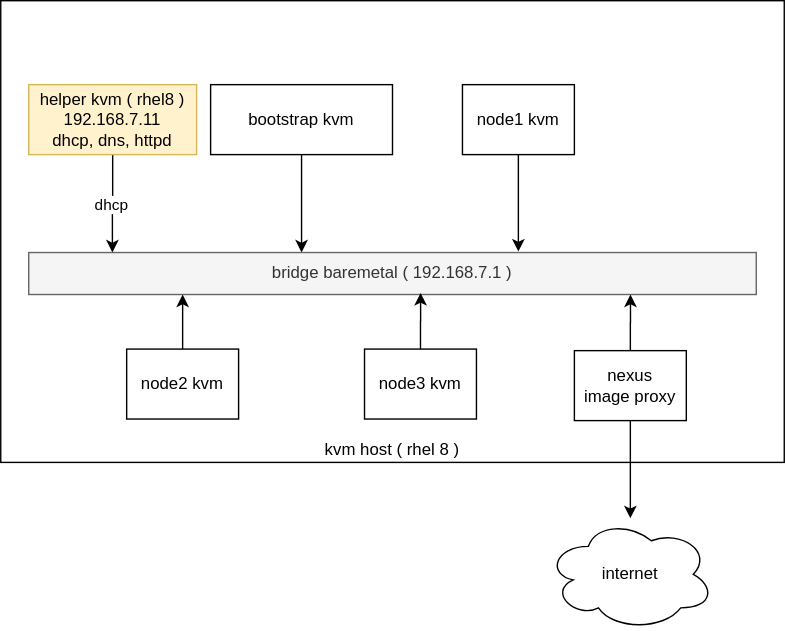
The draw.io diagram redhat/ocp4/4.6/dia/4.6.bm.upi.3node.drawio.svg in wangzheng422/docker_env, before a commit. Source tidied: cells renumbered, new cells last; positions are measured from the earlier drawing's top-left corner, leaving out a move shared by most shapes.
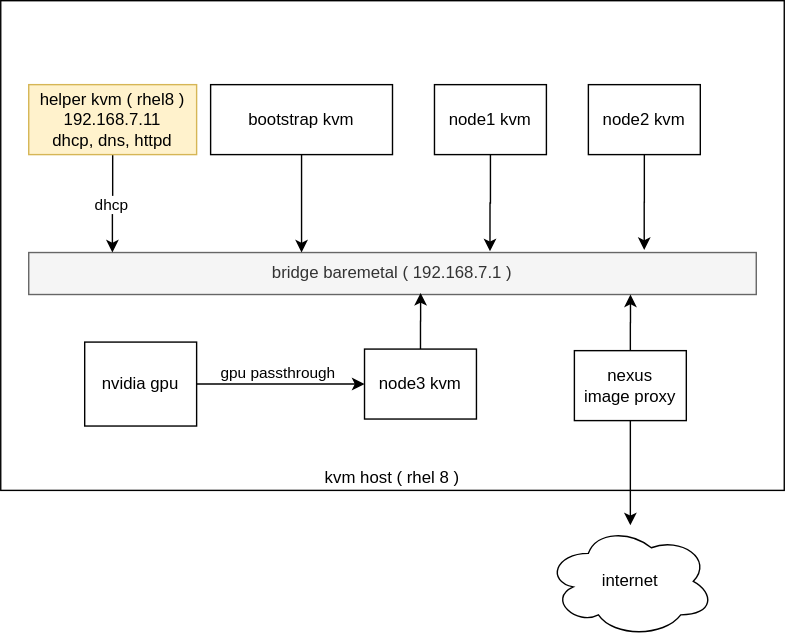
After the change.

Commit message:
edge gpu

What changed in the source:
```diff
@@ -3,8 +3,19 @@
     <mxCell id="0" />
     <mxCell id="1" value="Untitled Layer" parent="0" />
     <mxCell id="2" value="kvm host ( rhel 8 )" style="rounded=0;whiteSpace=wrap;html=1;verticalAlign=bottom;" parent="1" vertex="1">
-      <mxGeometry width="560" height="330" as="geometry" />
+      <mxGeometry width="560" height="350" as="geometry" />
     </mxCell>
+    <mxCell id="20" style="edgeStyle=orthogonalEdgeStyle;rounded=0;jettySize=auto;html=1;entryX=0;entryY=0.5;entryDx=0;entryDy=0;" parent="1" edge="1" source="22" target="15">
+      <mxGeometry relative="1" as="geometry" />
+    </mxCell>
+    <mxCell id="21" value="gpu passthrough" style="edgeLabel;html=1;align=center;verticalAlign=middle;" parent="20" vertex="1">
+      <mxGeometry x="-0.06" y="2" relative="1" as="geometry">
+        <mxPoint y="-7" as="offset" />
+      </mxGeometry>
+    </mxCell>
+    <mxCell id="22" value="nvidia gpu" style="rounded=0;whiteSpace=wrap;html=1;" parent="1" vertex="1">
+      <mxGeometry x="60" y="244" width="80" height="60" as="geometry" />
+    </mxCell>
     <mxCell id="3" parent="0" />
     <mxCell id="4" value="bridge baremetal ( 192.168.7.1 )" style="rounded=0;whiteSpace=wrap;html=1;fillColor=#f5f5f5;strokeColor=#666666;fontColor=#333333;" parent="3" vertex="1">
       <mxGeometry x="20" y="180" width="520" height="30" as="geometry" />
@@ -26,19 +37,17 @@
     <mxCell id="9" value="bootstrap kvm" style="rounded=0;whiteSpace=wrap;html=1;" parent="3" vertex="1">
       <mxGeometry x="150" y="60" width="130" height="50" as="geometry" />
     </mxCell>
-    <mxCell id="10" style="edgeStyle=orthogonalEdgeStyle;rounded=0;jettySize=auto;html=1;entryX=0.673;entryY=-0.022;entryDx=0;entryDy=0;entryPerimeter=0;" parent="3" edge="1" source="11" target="4">
+    <mxCell id="10" style="edgeStyle=orthogonalEdgeStyle;rounded=0;jettySize=auto;html=1;entryX=0.634;entryY=-0.028;entryDx=0;entryDy=0;entryPerimeter=0;" parent="3" edge="1" source="11" target="4">
       <mxGeometry relative="1" as="geometry" />
     </mxCell>
     <mxCell id="11" value="node1 kvm" style="rounded=0;whiteSpace=wrap;html=1;" parent="3" vertex="1">
-      <mxGeometry x="330" y="60" width="80" height="50" as="geometry" />
+      <mxGeometry x="310" y="60" width="80" height="50" as="geometry" />
     </mxCell>
-    <mxCell id="12" style="edgeStyle=orthogonalEdgeStyle;rounded=0;jettySize=auto;html=1;" parent="3" edge="1" source="13">
-      <mxGeometry relative="1" as="geometry">
-        <mxPoint x="130" y="210" as="targetPoint" />
-      </mxGeometry>
+    <mxCell id="12" style="edgeStyle=orthogonalEdgeStyle;rounded=0;jettySize=auto;html=1;entryX=0.846;entryY=-0.061;entryDx=0;entryDy=0;entryPerimeter=0;" parent="3" edge="1" source="13" target="4">
+      <mxGeometry relative="1" as="geometry" />
     </mxCell>
     <mxCell id="13" value="node2 kvm" style="rounded=0;whiteSpace=wrap;html=1;" parent="3" vertex="1">
-      <mxGeometry x="90" y="249" width="80" height="50" as="geometry" />
+      <mxGeometry x="420" y="60" width="80" height="50" as="geometry" />
     </mxCell>
     <mxCell id="14" style="edgeStyle=orthogonalEdgeStyle;rounded=0;jettySize=auto;html=1;entryX=0.679;entryY=0.996;entryDx=0;entryDy=0;entryPerimeter=0;" parent="3" edge="1" source="15">
       <mxGeometry relative="1" as="geometry">
@@ -60,7 +69,7 @@
       <mxGeometry x="410" y="250.1" width="80" height="50" as="geometry" />
     </mxCell>
     <mxCell id="19" value="internet" style="ellipse;shape=cloud;whiteSpace=wrap;html=1;" parent="3" vertex="1">
-      <mxGeometry x="390" y="370" width="120" height="80" as="geometry" />
+      <mxGeometry x="390" y="375" width="120" height="80" as="geometry" />
     </mxCell>
   </root>
 </mxGraphModel>
```
